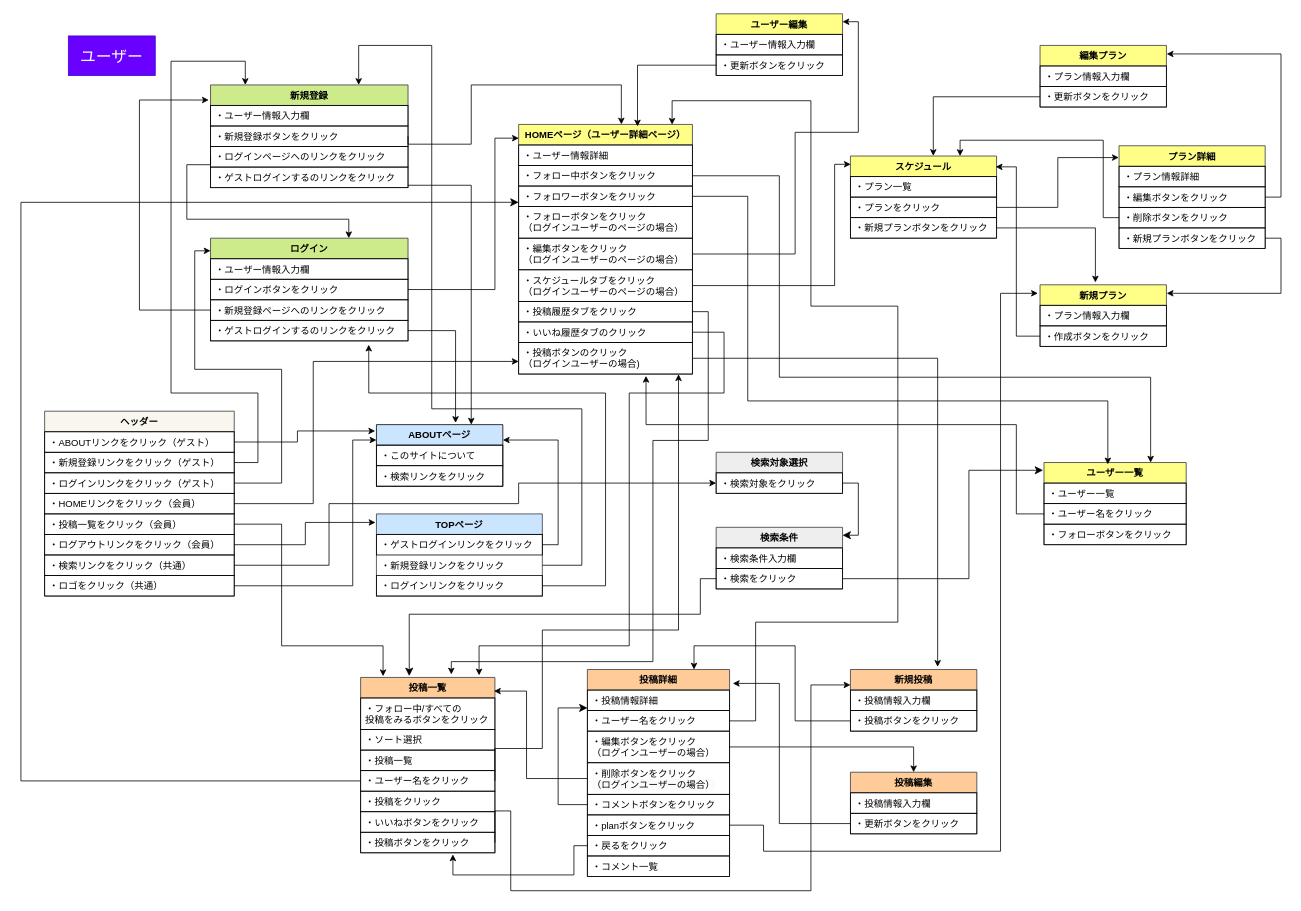
JunkiYuasa/trip_planning keeps this draw.io diagram as page "user" (1 of 2) of ui_flows.drawio. Above is the earlier version. Source tidied: cells renumbered, new cells numbered last; positions are measured from the earlier drawing's top-left corner, leaving out a move shared by most shapes. Both pictures are drawn from the tidied source at 79%, with x=0, y=0 at pixel (21, 13).
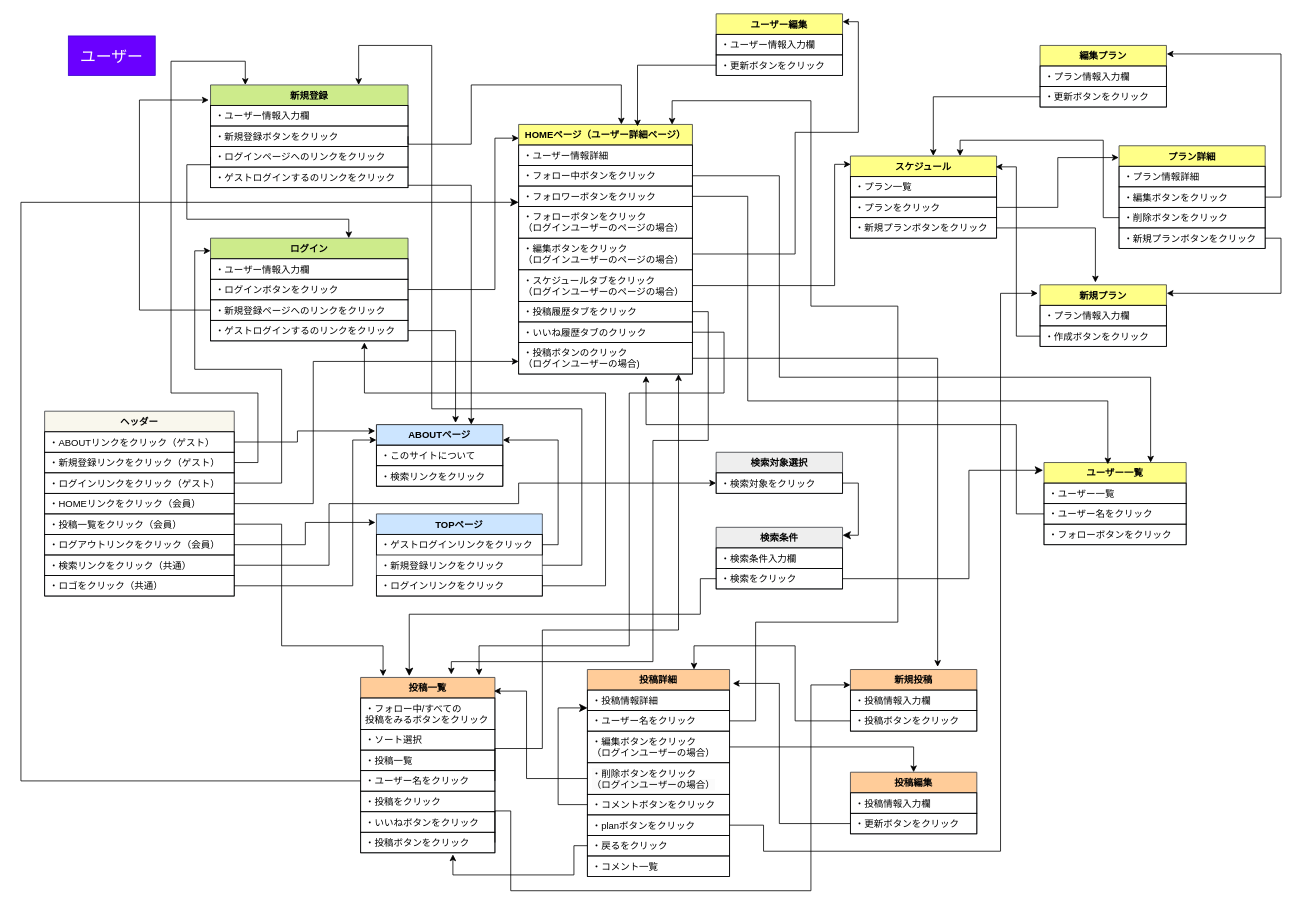
The same page after the edit.

Commit message:
ui_flows.drawio を更新します

Unchanged cells that the change refers to:
```xml
<mxCell id="6" value="・ログインリンクをクリック" style="text;strokeColor=default;fillColor=none;align=left;verticalAlign=top;spacingLeft=4;spacingRight=4;overflow=hidden;points=[[0,0.5],[1,0.5]];portConstraint=eastwest;whiteSpace=wrap;html=1;fontFamily=Helvetica;fontSize=12;fontColor=default;" parent="3" vertex="1">
  <mxGeometry y="78" width="210" height="26" as="geometry" />
</mxCell>
<mxCell id="28" value="・ゲストログインするのリンクをクリック" style="text;strokeColor=default;fillColor=none;align=left;verticalAlign=top;spacingLeft=4;spacingRight=4;overflow=hidden;points=[[0,0.5],[1,0.5]];portConstraint=eastwest;whiteSpace=wrap;html=1;fontFamily=Helvetica;fontSize=12;fontColor=default;" parent="24" vertex="1">
  <mxGeometry y="104" width="250" height="26" as="geometry" />
</mxCell>
```

Diff of the diagram source:
```diff
@@
-    <mxCell id="101" style="edgeStyle=orthogonalEdgeStyle;rounded=0;jettySize=auto;html=1;exitX=1;exitY=0.5;exitDx=0;exitDy=0;entryX=0.801;entryY=1.185;entryDx=0;entryDy=0;entryPerimeter=0;" parent="1" edge="1" source="6" target="28">
+    <mxCell id="101" style="edgeStyle=orthogonalEdgeStyle;rounded=0;jettySize=auto;html=1;exitX=1;exitY=0.5;exitDx=0;exitDy=0;entryX=0.779;entryY=1.077;entryDx=0;entryDy=0;entryPerimeter=0;" parent="1" edge="1" source="6" target="28">
       <mxGeometry relative="1" as="geometry">
         <Array as="points">
           <mxPoint x="740" y="724" />
           <mxPoint x="740" y="480" />
-          <mxPoint x="440" y="480" />
+          <mxPoint x="435" y="480" />
         </Array>
       </mxGeometry>
     </mxCell>
```
